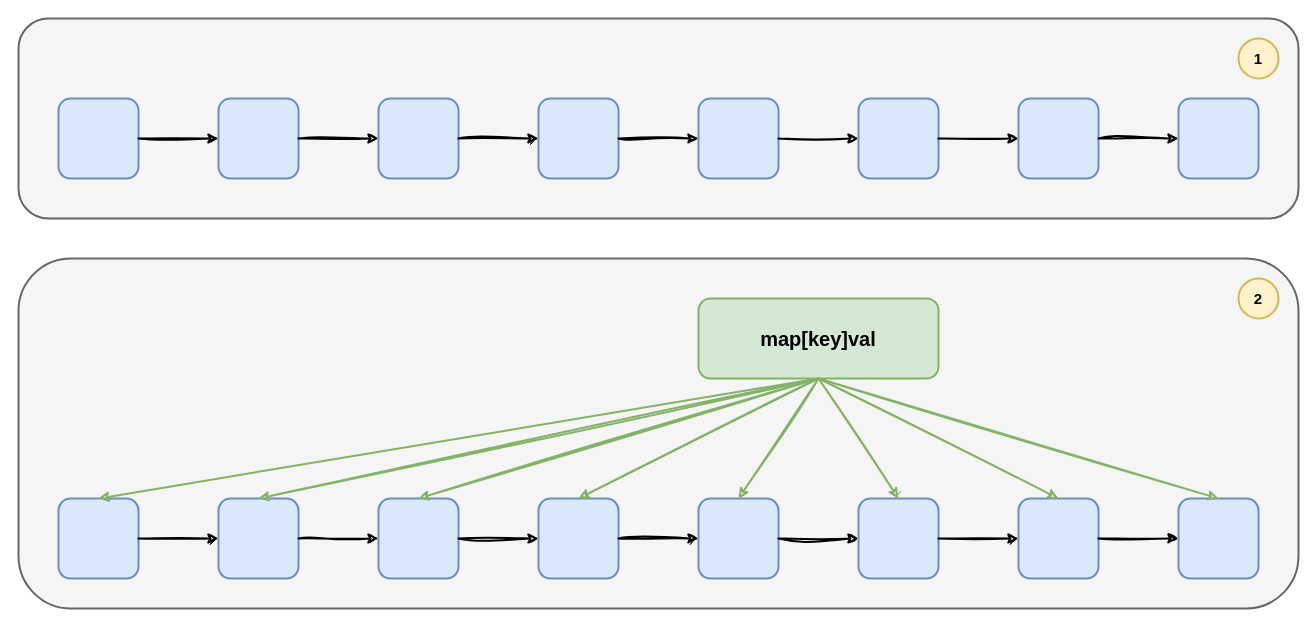
Above: algo/LRU-design.drawio in donscoco/diagrams (draw.io), before the change. Source tidied: cells renumbered, new cells numbered last; positions are measured from the earlier drawing's top-left corner, leaving out a move shared by most shapes. Both pictures are drawn from the tidied source at 100%, with x=0, y=0 at pixel (18, 18).
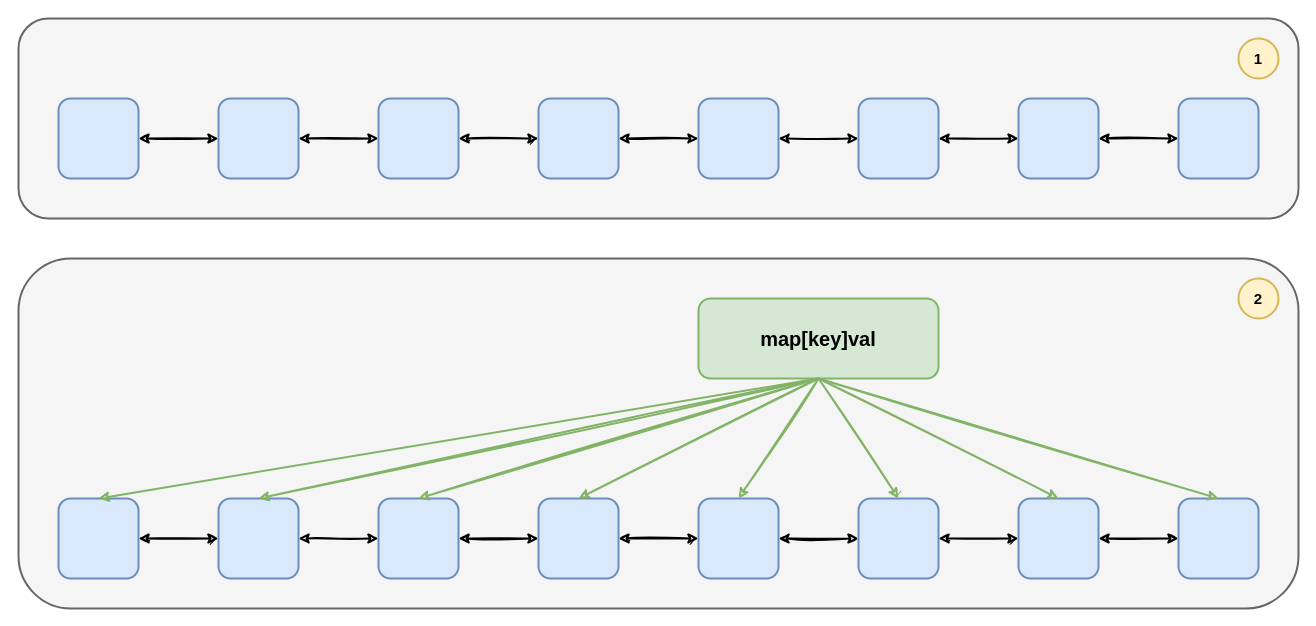
The same page after the edit.

The change refers to these unchanged cells:
```xml
<mxCell id="4" style="rounded=1;whiteSpace=wrap;html=1;strokeWidth=2;fillWeight=4;hachureGap=8;hachureAngle=45;fillColor=#dae8fc;strokeColor=#6c8ebf;" parent="1" vertex="1">
  <mxGeometry x="40" y="80" width="80" height="80" as="geometry" />
</mxCell>
<mxCell id="5" style="rounded=1;whiteSpace=wrap;html=1;strokeWidth=2;fillWeight=4;hachureGap=8;hachureAngle=45;fillColor=#dae8fc;strokeColor=#6c8ebf;" parent="1" vertex="1">
  <mxGeometry x="200" y="80" width="80" height="80" as="geometry" />
</mxCell>
<mxCell id="6" style="rounded=1;whiteSpace=wrap;html=1;strokeWidth=2;fillWeight=4;hachureGap=8;hachureAngle=45;fillColor=#dae8fc;strokeColor=#6c8ebf;" parent="1" vertex="1">
  <mxGeometry x="360" y="80" width="80" height="80" as="geometry" />
</mxCell>
<mxCell id="7" style="rounded=1;whiteSpace=wrap;html=1;strokeWidth=2;fillWeight=4;hachureGap=8;hachureAngle=45;fillColor=#dae8fc;strokeColor=#6c8ebf;" parent="1" vertex="1">
  <mxGeometry x="520" y="80" width="80" height="80" as="geometry" />
</mxCell>
<mxCell id="8" style="rounded=1;whiteSpace=wrap;html=1;strokeWidth=2;fillWeight=4;hachureGap=8;hachureAngle=45;fillColor=#dae8fc;strokeColor=#6c8ebf;" parent="1" vertex="1">
  <mxGeometry x="680" y="80" width="80" height="80" as="geometry" />
</mxCell>
<mxCell id="9" style="rounded=1;whiteSpace=wrap;html=1;strokeWidth=2;fillWeight=4;hachureGap=8;hachureAngle=45;fillColor=#dae8fc;strokeColor=#6c8ebf;" parent="1" vertex="1">
  <mxGeometry x="840" y="80" width="80" height="80" as="geometry" />
</mxCell>
<mxCell id="10" style="rounded=1;whiteSpace=wrap;html=1;strokeWidth=2;fillWeight=4;hachureGap=8;hachureAngle=45;fillColor=#dae8fc;strokeColor=#6c8ebf;" parent="1" vertex="1">
  <mxGeometry x="1000" y="80" width="80" height="80" as="geometry" />
</mxCell>
<mxCell id="11" style="rounded=1;whiteSpace=wrap;html=1;strokeWidth=2;fillWeight=4;hachureGap=8;hachureAngle=45;fillColor=#dae8fc;strokeColor=#6c8ebf;" parent="1" vertex="1">
  <mxGeometry x="1160" y="80" width="80" height="80" as="geometry" />
</mxCell>
<mxCell id="19" style="rounded=1;whiteSpace=wrap;html=1;strokeWidth=2;fillWeight=4;hachureGap=8;hachureAngle=45;fillColor=#dae8fc;strokeColor=#6c8ebf;" parent="1" vertex="1">
  <mxGeometry x="40" y="480" width="80" height="80" as="geometry" />
</mxCell>
<mxCell id="20" style="rounded=1;whiteSpace=wrap;html=1;strokeWidth=2;fillWeight=4;hachureGap=8;hachureAngle=45;fillColor=#dae8fc;strokeColor=#6c8ebf;" parent="1" vertex="1">
  <mxGeometry x="200" y="480" width="80" height="80" as="geometry" />
</mxCell>
<mxCell id="21" style="rounded=1;whiteSpace=wrap;html=1;strokeWidth=2;fillWeight=4;hachureGap=8;hachureAngle=45;fillColor=#dae8fc;strokeColor=#6c8ebf;" parent="1" vertex="1">
  <mxGeometry x="360" y="480" width="80" height="80" as="geometry" />
</mxCell>
<mxCell id="22" style="rounded=1;whiteSpace=wrap;html=1;strokeWidth=2;fillWeight=4;hachureGap=8;hachureAngle=45;fillColor=#dae8fc;strokeColor=#6c8ebf;" parent="1" vertex="1">
  <mxGeometry x="520" y="480" width="80" height="80" as="geometry" />
</mxCell>
<mxCell id="23" style="rounded=1;whiteSpace=wrap;html=1;strokeWidth=2;fillWeight=4;hachureGap=8;hachureAngle=45;fillColor=#dae8fc;strokeColor=#6c8ebf;" parent="1" vertex="1">
  <mxGeometry x="680" y="480" width="80" height="80" as="geometry" />
</mxCell>
<mxCell id="24" style="rounded=1;whiteSpace=wrap;html=1;strokeWidth=2;fillWeight=4;hachureGap=8;hachureAngle=45;fillColor=#dae8fc;strokeColor=#6c8ebf;" parent="1" vertex="1">
  <mxGeometry x="840" y="480" width="80" height="80" as="geometry" />
</mxCell>
<mxCell id="25" style="rounded=1;whiteSpace=wrap;html=1;strokeWidth=2;fillWeight=4;hachureGap=8;hachureAngle=45;fillColor=#dae8fc;strokeColor=#6c8ebf;" parent="1" vertex="1">
  <mxGeometry x="1000" y="480" width="80" height="80" as="geometry" />
</mxCell>
<mxCell id="26" style="rounded=1;whiteSpace=wrap;html=1;strokeWidth=2;fillWeight=4;hachureGap=8;hachureAngle=45;fillColor=#dae8fc;strokeColor=#6c8ebf;" parent="1" vertex="1">
  <mxGeometry x="1160" y="480" width="80" height="80" as="geometry" />
</mxCell>
```

The edit, as a diff of the source:
```diff
@@
-    <mxCell id="12" style="endArrow=classic;html=1;rounded=0;exitX=1;exitY=0.5;exitDx=0;exitDy=0;entryX=0;entryY=0.5;entryDx=0;entryDy=0;strokeWidth=2;sketch=1;curveFitting=1;jiggle=2;" parent="1" edge="1" source="4" target="5">
-      <mxGeometry relative="1" as="geometry" />
-    </mxCell>
-    <mxCell id="13" style="endArrow=classic;html=1;rounded=0;exitX=1;exitY=0.5;exitDx=0;exitDy=0;entryX=0;entryY=0.5;entryDx=0;entryDy=0;strokeWidth=2;sketch=1;curveFitting=1;jiggle=2;" parent="1" edge="1" source="5" target="6">
+    <mxCell id="13" style="endArrow=classic;startArrow=classic;html=1;rounded=0;sketch=1;strokeWidth=2;fontSize=15;entryX=0;entryY=0.5;entryDx=0;entryDy=0;exitX=1;exitY=0.5;exitDx=0;exitDy=0;" parent="1" edge="1" source="5" target="6">
       <mxGeometry relative="1" as="geometry" />
     </mxCell>
-    <mxCell id="14" style="endArrow=classic;html=1;rounded=0;exitX=1;exitY=0.5;exitDx=0;exitDy=0;entryX=0;entryY=0.5;entryDx=0;entryDy=0;strokeWidth=2;sketch=1;curveFitting=1;jiggle=2;" parent="1" edge="1" source="6" target="7">
+    <mxCell id="14" style="endArrow=classic;startArrow=classic;html=1;rounded=0;sketch=1;strokeWidth=2;fontSize=15;entryX=0;entryY=0.5;entryDx=0;entryDy=0;exitX=1;exitY=0.5;exitDx=0;exitDy=0;" parent="1" edge="1" source="6" target="7">
       <mxGeometry relative="1" as="geometry" />
     </mxCell>
-    <mxCell id="15" style="endArrow=classic;html=1;rounded=0;exitX=1;exitY=0.5;exitDx=0;exitDy=0;strokeWidth=2;sketch=1;curveFitting=1;jiggle=2;" parent="1" edge="1" source="7" target="8">
+    <mxCell id="15" style="endArrow=classic;startArrow=classic;html=1;rounded=0;sketch=1;strokeWidth=2;fontSize=15;entryX=0;entryY=0.5;entryDx=0;entryDy=0;exitX=1;exitY=0.5;exitDx=0;exitDy=0;" parent="1" edge="1" source="7" target="8">
       <mxGeometry relative="1" as="geometry" />
     </mxCell>
-    <mxCell id="16" style="endArrow=classic;html=1;rounded=0;strokeWidth=2;sketch=1;curveFitting=1;jiggle=2;exitX=1;exitY=0.5;exitDx=0;exitDy=0;entryX=0;entryY=0.5;entryDx=0;entryDy=0;" parent="1" edge="1" source="8" target="9">
+    <mxCell id="16" style="endArrow=classic;startArrow=classic;html=1;rounded=0;sketch=1;strokeWidth=2;fontSize=15;entryX=0;entryY=0.5;entryDx=0;entryDy=0;exitX=1;exitY=0.5;exitDx=0;exitDy=0;" parent="1" edge="1" source="8" target="9">
       <mxGeometry relative="1" as="geometry" />
     </mxCell>
-    <mxCell id="17" style="endArrow=classic;html=1;rounded=0;strokeWidth=2;sketch=1;curveFitting=1;jiggle=2;exitX=1;exitY=0.5;exitDx=0;exitDy=0;entryX=0;entryY=0.5;entryDx=0;entryDy=0;" parent="1" edge="1" source="9" target="10">
+    <mxCell id="17" style="endArrow=classic;startArrow=classic;html=1;rounded=0;sketch=1;strokeWidth=2;fontSize=15;entryX=0;entryY=0.5;entryDx=0;entryDy=0;exitX=1;exitY=0.5;exitDx=0;exitDy=0;" parent="1" edge="1" source="9" target="10">
       <mxGeometry relative="1" as="geometry" />
     </mxCell>
-    <mxCell id="18" style="endArrow=classic;html=1;rounded=0;strokeWidth=2;sketch=1;curveFitting=1;jiggle=2;exitX=1;exitY=0.5;exitDx=0;exitDy=0;entryX=0;entryY=0.5;entryDx=0;entryDy=0;" parent="1" edge="1" source="10" target="11">
+    <mxCell id="18" style="endArrow=classic;startArrow=classic;html=1;rounded=0;sketch=1;strokeWidth=2;fontSize=15;entryX=0;entryY=0.5;entryDx=0;entryDy=0;exitX=1;exitY=0.5;exitDx=0;exitDy=0;" parent="1" edge="1" source="10" target="11">
       <mxGeometry relative="1" as="geometry" />
     </mxCell>
@@
-    <mxCell id="27" style="endArrow=classic;html=1;rounded=0;exitX=1;exitY=0.5;exitDx=0;exitDy=0;entryX=0;entryY=0.5;entryDx=0;entryDy=0;strokeWidth=2;sketch=1;curveFitting=1;jiggle=2;" parent="1" edge="1" source="19" target="20">
+    <mxCell id="27" style="endArrow=classic;startArrow=classic;html=1;rounded=0;sketch=1;strokeWidth=2;fontSize=15;entryX=0;entryY=0.5;entryDx=0;entryDy=0;exitX=1;exitY=0.5;exitDx=0;exitDy=0;" parent="1" edge="1" source="19" target="20">
       <mxGeometry relative="1" as="geometry" />
     </mxCell>
-    <mxCell id="28" style="endArrow=classic;html=1;rounded=0;exitX=1;exitY=0.5;exitDx=0;exitDy=0;entryX=0;entryY=0.5;entryDx=0;entryDy=0;strokeWidth=2;sketch=1;curveFitting=1;jiggle=2;" parent="1" edge="1" source="20" target="21">
+    <mxCell id="28" style="endArrow=classic;startArrow=classic;html=1;rounded=0;sketch=1;strokeWidth=2;fontSize=15;entryX=0;entryY=0.5;entryDx=0;entryDy=0;exitX=1;exitY=0.5;exitDx=0;exitDy=0;" parent="1" edge="1" source="20" target="21">
       <mxGeometry relative="1" as="geometry" />
     </mxCell>
-    <mxCell id="29" style="endArrow=classic;html=1;rounded=0;exitX=1;exitY=0.5;exitDx=0;exitDy=0;entryX=0;entryY=0.5;entryDx=0;entryDy=0;strokeWidth=2;sketch=1;curveFitting=1;jiggle=2;" parent="1" edge="1" source="21" target="22">
+    <mxCell id="29" style="endArrow=classic;startArrow=classic;html=1;rounded=0;sketch=1;strokeWidth=2;fontSize=15;entryX=0;entryY=0.5;entryDx=0;entryDy=0;exitX=1;exitY=0.5;exitDx=0;exitDy=0;" parent="1" edge="1" source="21" target="22">
       <mxGeometry relative="1" as="geometry" />
     </mxCell>
-    <mxCell id="30" style="endArrow=classic;html=1;rounded=0;exitX=1;exitY=0.5;exitDx=0;exitDy=0;strokeWidth=2;sketch=1;curveFitting=1;jiggle=2;" parent="1" edge="1" source="22" target="23">
+    <mxCell id="30" style="endArrow=classic;startArrow=classic;html=1;rounded=0;sketch=1;strokeWidth=2;fontSize=15;entryX=0;entryY=0.5;entryDx=0;entryDy=0;exitX=1;exitY=0.5;exitDx=0;exitDy=0;" parent="1" edge="1" source="22" target="23">
       <mxGeometry relative="1" as="geometry" />
     </mxCell>
-    <mxCell id="31" style="endArrow=classic;html=1;rounded=0;strokeWidth=2;sketch=1;curveFitting=1;jiggle=2;exitX=1;exitY=0.5;exitDx=0;exitDy=0;entryX=0;entryY=0.5;entryDx=0;entryDy=0;" parent="1" edge="1" source="23" target="24">
+    <mxCell id="31" style="endArrow=classic;startArrow=classic;html=1;rounded=0;sketch=1;strokeWidth=2;fontSize=15;entryX=0;entryY=0.5;entryDx=0;entryDy=0;exitX=1;exitY=0.5;exitDx=0;exitDy=0;" parent="1" edge="1" source="23" target="24">
       <mxGeometry relative="1" as="geometry" />
     </mxCell>
-    <mxCell id="32" style="endArrow=classic;html=1;rounded=0;strokeWidth=2;sketch=1;curveFitting=1;jiggle=2;exitX=1;exitY=0.5;exitDx=0;exitDy=0;entryX=0;entryY=0.5;entryDx=0;entryDy=0;" parent="1" edge="1" source="24" target="25">
+    <mxCell id="32" style="endArrow=classic;startArrow=classic;html=1;rounded=0;sketch=1;strokeWidth=2;fontSize=15;entryX=0;entryY=0.5;entryDx=0;entryDy=0;exitX=1;exitY=0.5;exitDx=0;exitDy=0;" parent="1" edge="1" source="24" target="25">
       <mxGeometry relative="1" as="geometry" />
     </mxCell>
-    <mxCell id="33" style="endArrow=classic;html=1;rounded=0;strokeWidth=2;sketch=1;curveFitting=1;jiggle=2;exitX=1;exitY=0.5;exitDx=0;exitDy=0;entryX=0;entryY=0.5;entryDx=0;entryDy=0;" parent="1" edge="1" source="25" target="26">
+    <mxCell id="33" style="endArrow=classic;startArrow=classic;html=1;rounded=0;sketch=1;strokeWidth=2;fontSize=15;entryX=0;entryY=0.5;entryDx=0;entryDy=0;exitX=1;exitY=0.5;exitDx=0;exitDy=0;" parent="1" edge="1" source="25" target="26">
       <mxGeometry relative="1" as="geometry" />
     </mxCell>
@@
+    <mxCell id="12" style="endArrow=classic;startArrow=classic;html=1;rounded=0;sketch=1;strokeWidth=2;fontSize=15;entryX=0;entryY=0.5;entryDx=0;entryDy=0;exitX=1;exitY=0.5;exitDx=0;exitDy=0;" parent="1" edge="1" source="4" target="5">
+      <mxGeometry relative="1" as="geometry" />
+    </mxCell>
```
